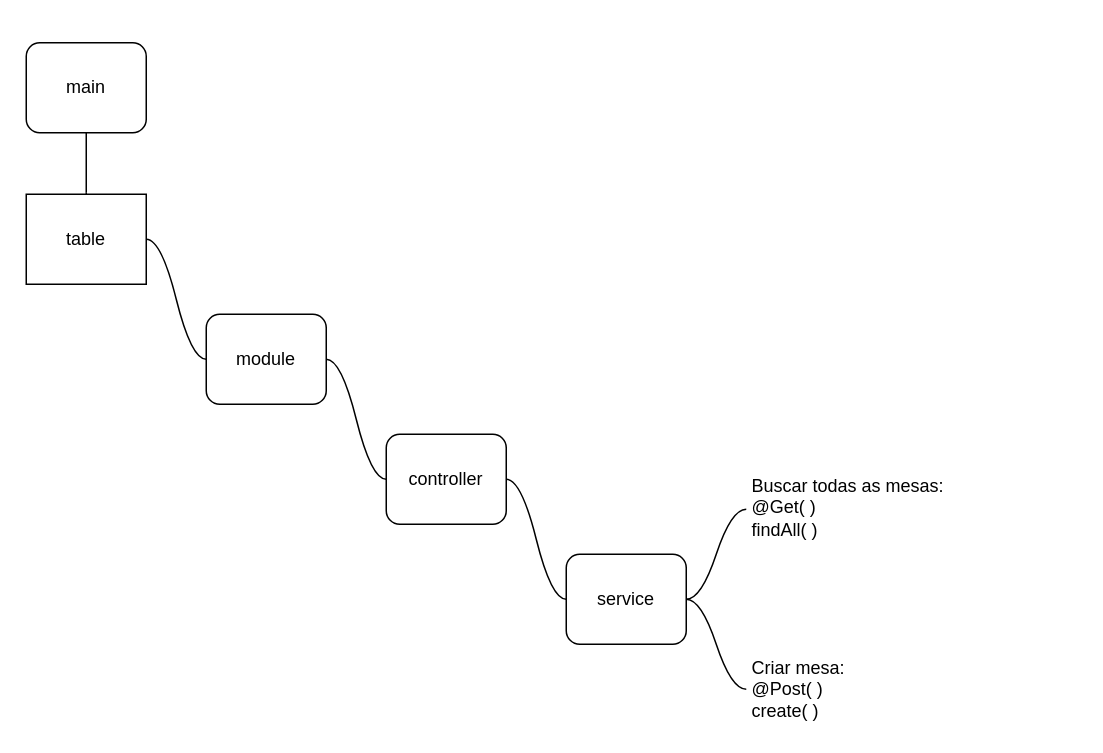
Above: page "Table" (1 of 7) of table.drawio in SandroXC/pizza-fresh-server (draw.io), before the change. Source tidied: cells renumbered, new cells numbered last; positions are measured from the earlier drawing's top-left corner, leaving out a move shared by most shapes. Both pictures are drawn from the tidied source at 150%, with x=0, y=0 at pixel (26, 42).
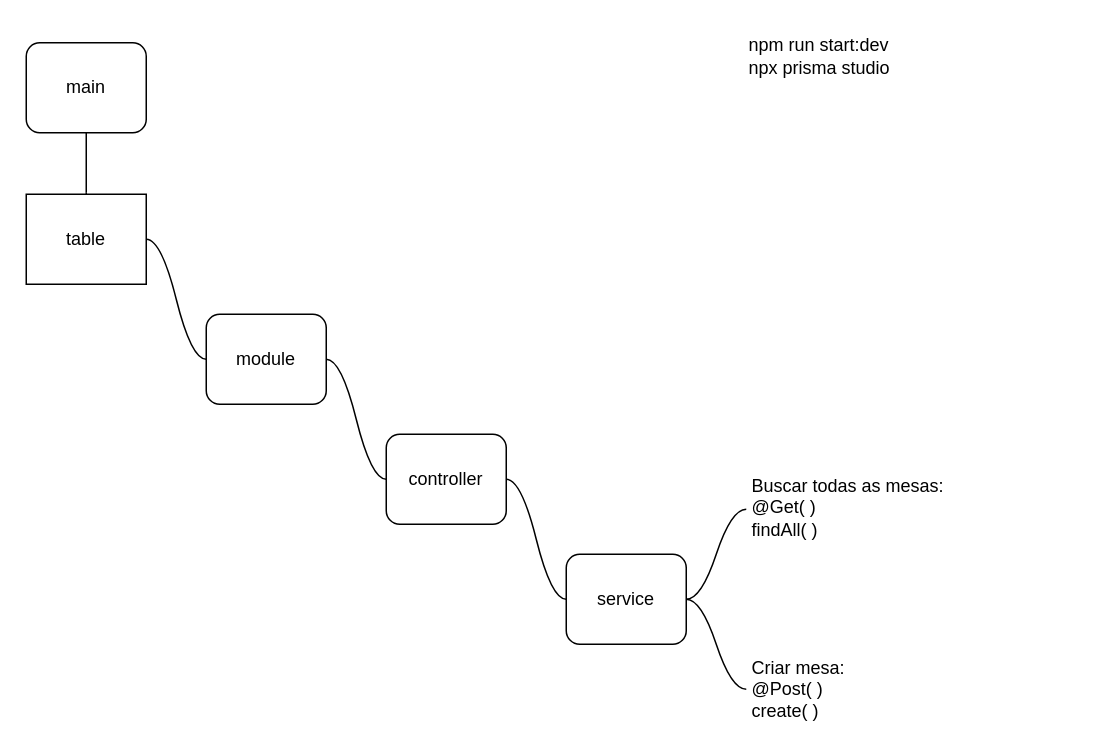
The same diagram, later.

What changed in the source:
```diff
@@
+    <mxCell id="16" value="npm run start:dev&lt;br&gt;npx prisma studio" style="text;html=1;strokeColor=none;fillColor=none;align=left;verticalAlign=middle;whiteSpace=wrap;rounded=0;" parent="1" vertex="1">
+      <mxGeometry x="480" y="-11" width="220" height="40" as="geometry" />
+    </mxCell>
```
